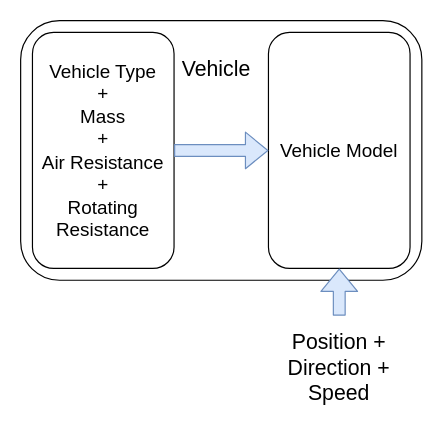
This is ecotrec_vehicle_model.drawio from prashant2063/diagrams, a draw.io file, before an edit. Source tidied: cells renumbered, new cells numbered last; positions are measured from the earlier drawing's top-left corner, leaving out a move shared by most shapes. Both pictures are drawn from the tidied source at 118%, with x=0, y=0 at pixel (20, 20).
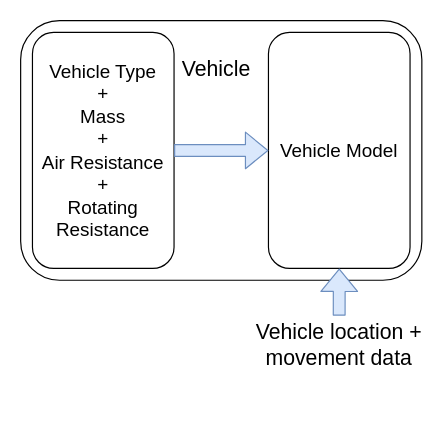
After the change.

Change to the diagram source:
```diff
@@
 <mxGraphModel>
   <root>
     <mxCell id="0" />
     <mxCell id="1" parent="0" />
     <mxCell id="2" style="rounded=1;whiteSpace=wrap;html=1;fillColor=none;" parent="1" vertex="1">
       <mxGeometry width="340" height="220" as="geometry" />
     </mxCell>
     <mxCell id="3" value="&lt;font size=&quot;3&quot;&gt;Vehicle Type&lt;br&gt;+&lt;br&gt;Mass&lt;br&gt;+&lt;br&gt;Air Resistance&lt;br&gt;+&lt;br&gt;Rotating Resistance&lt;br&gt;&lt;/font&gt;" style="rounded=1;whiteSpace=wrap;html=1;" parent="1" vertex="1">
       <mxGeometry x="10" y="10" width="120" height="200" as="geometry" />
     </mxCell>
     <mxCell id="4" value="&lt;font size=&quot;3&quot;&gt;Vehicle Model&lt;/font&gt;" style="rounded=1;whiteSpace=wrap;html=1;" parent="1" vertex="1">
       <mxGeometry x="210" y="10" width="120" height="200" as="geometry" />
     </mxCell>
-    <mxCell id="5" value="&lt;font style=&quot;font-size: 18px&quot;&gt;Position + Direction + Speed&lt;/font&gt;" style="text;html=1;strokeColor=none;fillColor=none;align=center;verticalAlign=middle;whiteSpace=wrap;rounded=0;" parent="1" vertex="1">
-      <mxGeometry x="225" y="250" width="90" height="90" as="geometry" />
+    <mxCell id="5" value="&lt;font style=&quot;font-size: 18px&quot;&gt;Vehicle location + movement data&lt;/font&gt;" style="text;html=1;strokeColor=none;fillColor=none;align=center;verticalAlign=middle;whiteSpace=wrap;rounded=0;" parent="1" vertex="1">
+      <mxGeometry x="195.2" y="250" width="149.5" height="50" as="geometry" />
     </mxCell>
     <mxCell id="6" style="endArrow=classic;html=1;entryX=0;entryY=0.5;entryDx=0;entryDy=0;exitX=1;exitY=0.5;exitDx=0;exitDy=0;shape=flexArrow;fillColor=#dae8fc;strokeColor=#6c8ebf;" parent="1" edge="1" source="3" target="4">
       <mxGeometry relative="1" as="geometry" />
     </mxCell>
     <mxCell id="7" style="endArrow=classic;html=1;entryX=0.5;entryY=1;entryDx=0;entryDy=0;exitX=0.5;exitY=0;exitDx=0;exitDy=0;shape=flexArrow;fillColor=#dae8fc;strokeColor=#6c8ebf;" parent="1" edge="1" source="5" target="4">
       <mxGeometry relative="1" as="geometry" />
     </mxCell>
     <mxCell id="8" value="&lt;font style=&quot;font-size: 18px&quot;&gt;Vehicle&lt;/font&gt;" style="text;html=1;strokeColor=none;fillColor=none;align=center;verticalAlign=middle;whiteSpace=wrap;rounded=0;fontSize=20;" parent="1" vertex="1">
       <mxGeometry x="146" y="30" width="40" height="20" as="geometry" />
     </mxCell>
   </root>
 </mxGraphModel>
```
